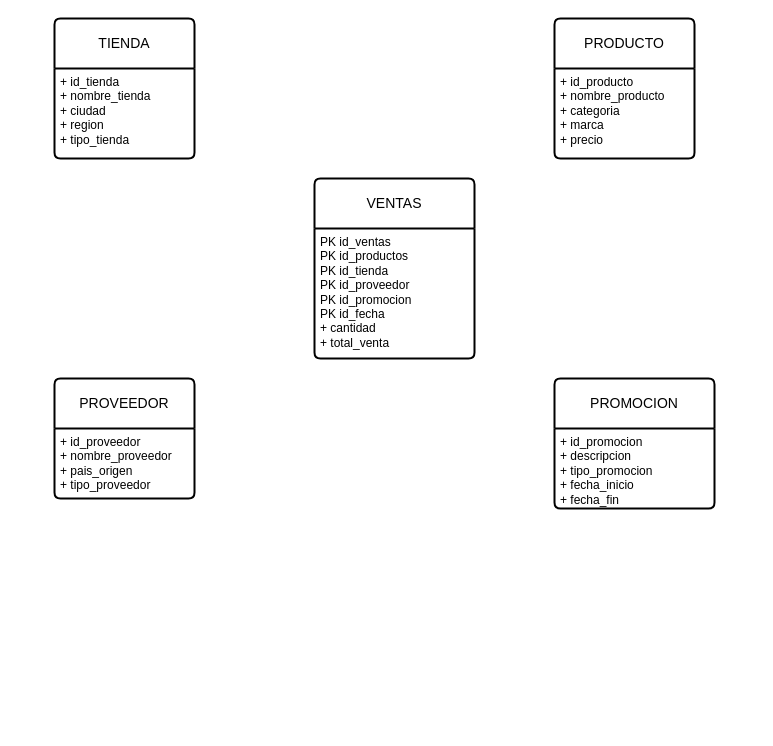
Earlier version of the draw.io diagram Diagrama-Retail.drawio (Valdivia737/diagrama). Source tidied: cells renumbered, new cells numbered last; positions are measured from the earlier drawing's top-left corner, leaving out a move shared by most shapes. Both pictures are drawn from the tidied source at 100%, with x=0, y=0 at pixel (54, 18).
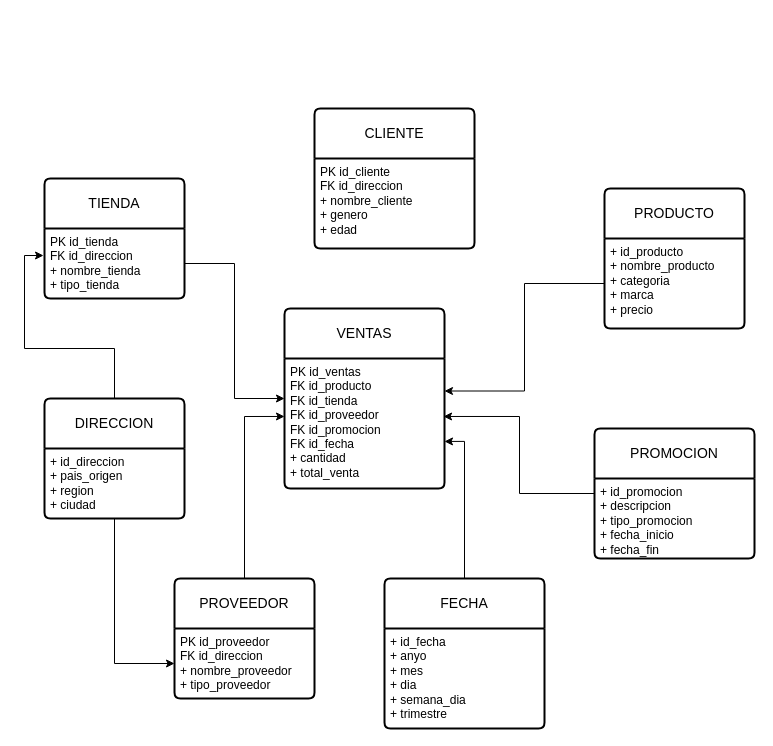
The same diagram, later.

The change refers to these unchanged cells:
```xml
<mxCell id="5" value="+ id_producto&lt;br&gt;+ nombre_producto&lt;br&gt;+ categoria&lt;div&gt;+ marca&lt;/div&gt;&lt;div&gt;+ precio&lt;/div&gt;&lt;div&gt;&lt;br&gt;&lt;/div&gt;" style="align=left;strokeColor=none;fillColor=none;spacingLeft=4;spacingRight=4;fontSize=12;verticalAlign=top;html=1;whiteSpace=wrap;" parent="4" vertex="1">
  <mxGeometry y="50" width="140" height="90" as="geometry" />
</mxCell>
```

The edit, as a diff of the source:
```diff
@@
     <mxCell id="2" value="VENTAS" style="swimlane;horizontal=1;startSize=50;rounded=1;fontSize=14;fontStyle=0;strokeWidth=2;shadow=0;dashed=0;align=center;arcSize=4;whiteSpace=wrap;html=1;" parent="1" vertex="1">
-      <mxGeometry x="260" y="160" width="160" height="180" as="geometry" />
+      <mxGeometry x="230" y="290" width="160" height="180" as="geometry" />
     </mxCell>
-    <mxCell id="3" value="PK id_ventas&lt;br&gt;PK id_productos&lt;br&gt;PK id_tienda&lt;div&gt;PK id_proveedor&lt;/div&gt;&lt;div&gt;PK id_promocion&lt;/div&gt;&lt;div&gt;PK id_fecha&lt;/div&gt;&lt;div&gt;+ cantidad&lt;/div&gt;&lt;div&gt;+ total_venta&lt;br&gt;&lt;div&gt;&lt;br&gt;&lt;/div&gt;&lt;/div&gt;" style="align=left;strokeColor=none;fillColor=none;spacingLeft=4;spacingRight=4;fontSize=12;verticalAlign=top;html=1;whiteSpace=wrap;" parent="2" vertex="1">
+    <mxCell id="3" value="PK id_ventas&lt;br&gt;FK id_producto&lt;br&gt;FK id_tienda&lt;div&gt;FK id_proveedor&lt;/div&gt;&lt;div&gt;FK id_promocion&lt;/div&gt;&lt;div&gt;FK id_fecha&lt;/div&gt;&lt;div&gt;+ cantidad&lt;/div&gt;&lt;div&gt;+ total_venta&lt;br&gt;&lt;div&gt;&lt;br&gt;&lt;/div&gt;&lt;/div&gt;" style="align=left;strokeColor=none;fillColor=none;spacingLeft=4;spacingRight=4;fontSize=12;verticalAlign=top;html=1;whiteSpace=wrap;" parent="2" vertex="1">
       <mxGeometry y="50" width="160" height="130" as="geometry" />
     </mxCell>
     <mxCell id="4" value="PRODUCTO" style="swimlane;horizontal=1;startSize=50;rounded=1;fontSize=14;fontStyle=0;strokeWidth=2;shadow=0;dashed=0;align=center;arcSize=4;whiteSpace=wrap;html=1;" parent="1" vertex="1">
-      <mxGeometry x="500" width="140" height="140" as="geometry" />
+      <mxGeometry x="550" y="170" width="140" height="140" as="geometry" />
     </mxCell>
@@
     <mxCell id="6" value="TIENDA" style="swimlane;horizontal=1;startSize=50;rounded=1;fontSize=14;fontStyle=0;strokeWidth=2;shadow=0;dashed=0;align=center;arcSize=4;whiteSpace=wrap;html=1;" parent="1" vertex="1">
-      <mxGeometry width="140" height="140" as="geometry" />
+      <mxGeometry x="-10" y="160" width="140" height="120" as="geometry" />
     </mxCell>
-    <mxCell id="7" value="+ id_tienda&lt;br&gt;+ nombre_tienda&lt;br&gt;+ ciudad&lt;div&gt;+ region&lt;/div&gt;&lt;div&gt;+ tipo_tienda&lt;/div&gt;" style="align=left;strokeColor=none;fillColor=none;spacingLeft=4;spacingRight=4;fontSize=12;verticalAlign=top;html=1;whiteSpace=wrap;" parent="6" vertex="1">
-      <mxGeometry y="50" width="140" height="90" as="geometry" />
+    <mxCell id="7" value="PK id_tienda&lt;div&gt;FK id_direccion&lt;br&gt;+ nombre_tienda&lt;br&gt;&lt;span style=&quot;background-color: transparent; color: light-dark(rgb(0, 0, 0), rgb(255, 255, 255));&quot;&gt;+ tipo_tienda&lt;/span&gt;&lt;/div&gt;" style="align=left;strokeColor=none;fillColor=none;spacingLeft=4;spacingRight=4;fontSize=12;verticalAlign=top;html=1;whiteSpace=wrap;" parent="6" vertex="1">
+      <mxGeometry y="50" width="140" height="70" as="geometry" />
     </mxCell>
     <mxCell id="8" value="PROVEEDOR" style="swimlane;horizontal=1;startSize=50;rounded=1;fontSize=14;fontStyle=0;strokeWidth=2;shadow=0;dashed=0;align=center;arcSize=4;whiteSpace=wrap;html=1;" parent="1" vertex="1">
-      <mxGeometry y="360" width="140" height="120" as="geometry" />
+      <mxGeometry x="120" y="560" width="140" height="120" as="geometry" />
     </mxCell>
-    <mxCell id="9" value="+ id_proveedor&lt;br&gt;+ nombre_proveedor&lt;br&gt;+ pais_origen&lt;div&gt;+ tipo_proveedor&lt;/div&gt;" style="align=left;strokeColor=none;fillColor=none;spacingLeft=4;spacingRight=4;fontSize=12;verticalAlign=top;html=1;whiteSpace=wrap;" parent="8" vertex="1">
+    <mxCell id="9" value="PK id_proveedor&lt;br&gt;FK id_direccion&lt;br&gt;&lt;div&gt;+ nombre_proveedor&lt;br&gt;&lt;div&gt;+ tipo_proveedor&lt;/div&gt;&lt;/div&gt;" style="align=left;strokeColor=none;fillColor=none;spacingLeft=4;spacingRight=4;fontSize=12;verticalAlign=top;html=1;whiteSpace=wrap;" parent="8" vertex="1">
       <mxGeometry y="50" width="140" height="70" as="geometry" />
     </mxCell>
     <mxCell id="10" value="PROMOCION" style="swimlane;horizontal=1;startSize=50;rounded=1;fontSize=14;fontStyle=0;strokeWidth=2;shadow=0;dashed=0;align=center;arcSize=4;whiteSpace=wrap;html=1;" parent="1" vertex="1">
-      <mxGeometry x="500" y="360" width="160" height="130" as="geometry" />
+      <mxGeometry x="540" y="410" width="160" height="130" as="geometry" />
     </mxCell>
@@
+    <mxCell id="12" value="FECHA" style="swimlane;horizontal=1;startSize=50;rounded=1;fontSize=14;fontStyle=0;strokeWidth=2;shadow=0;dashed=0;align=center;arcSize=4;whiteSpace=wrap;html=1;" parent="1" vertex="1">
+      <mxGeometry x="330" y="560" width="160" height="150" as="geometry" />
+    </mxCell>
+    <mxCell id="13" value="+ id_fecha&lt;br&gt;+ anyo&lt;br&gt;+ mes&lt;div&gt;+ dia&lt;/div&gt;&lt;div&gt;+ semana_dia&lt;/div&gt;&lt;div&gt;+ trimestre&lt;/div&gt;" style="align=left;strokeColor=none;fillColor=none;spacingLeft=4;spacingRight=4;fontSize=12;verticalAlign=top;html=1;whiteSpace=wrap;" parent="12" vertex="1">
+      <mxGeometry y="50" width="160" height="100" as="geometry" />
+    </mxCell>
+    <mxCell id="14" style="edgeStyle=orthogonalEdgeStyle;rounded=0;jettySize=auto;html=1;entryX=0;entryY=0.5;entryDx=0;entryDy=0;" parent="1" edge="1" source="15" target="9">
+      <mxGeometry relative="1" as="geometry" />
+    </mxCell>
+    <mxCell id="15" value="DIRECCION" style="swimlane;horizontal=1;startSize=50;rounded=1;fontSize=14;fontStyle=0;strokeWidth=2;shadow=0;dashed=0;align=center;arcSize=4;whiteSpace=wrap;html=1;" parent="1" vertex="1">
+      <mxGeometry x="-10" y="380" width="140" height="120" as="geometry" />
+    </mxCell>
+    <mxCell id="16" value="+ id_direccion&lt;br&gt;+ pais_origen&lt;br&gt;+ region&lt;div&gt;+ ciudad&lt;/div&gt;" style="align=left;strokeColor=none;fillColor=none;spacingLeft=4;spacingRight=4;fontSize=12;verticalAlign=top;html=1;whiteSpace=wrap;" parent="15" vertex="1">
+      <mxGeometry y="50" width="140" height="70" as="geometry" />
+    </mxCell>
+    <mxCell id="17" style="edgeStyle=orthogonalEdgeStyle;rounded=0;jettySize=auto;html=1;entryX=0;entryY=0.5;entryDx=0;entryDy=0;" parent="1" edge="1" source="7" target="2">
+      <mxGeometry relative="1" as="geometry" />
+    </mxCell>
+    <mxCell id="18" style="edgeStyle=orthogonalEdgeStyle;rounded=0;jettySize=auto;html=1;entryX=1;entryY=0.25;entryDx=0;entryDy=0;" parent="1" edge="1" source="5" target="3">
+      <mxGeometry relative="1" as="geometry" />
+    </mxCell>
+    <mxCell id="19" style="edgeStyle=orthogonalEdgeStyle;rounded=0;jettySize=auto;html=1;entryX=-0.007;entryY=0.386;entryDx=0;entryDy=0;entryPerimeter=0;" parent="1" edge="1" source="15" target="7">
+      <mxGeometry relative="1" as="geometry" />
+    </mxCell>
+    <mxCell id="20" style="edgeStyle=orthogonalEdgeStyle;rounded=0;jettySize=auto;html=1;entryX=1;entryY=0.638;entryDx=0;entryDy=0;entryPerimeter=0;" parent="1" edge="1" source="12" target="3">
+      <mxGeometry relative="1" as="geometry" />
+    </mxCell>
+    <mxCell id="21" style="edgeStyle=orthogonalEdgeStyle;rounded=0;jettySize=auto;html=1;entryX=0.994;entryY=0.446;entryDx=0;entryDy=0;entryPerimeter=0;" parent="1" edge="1" source="10" target="3">
+      <mxGeometry relative="1" as="geometry" />
+    </mxCell>
+    <mxCell id="22" style="edgeStyle=orthogonalEdgeStyle;rounded=0;jettySize=auto;html=1;entryX=0;entryY=0.446;entryDx=0;entryDy=0;entryPerimeter=0;" parent="1" edge="1" source="8" target="3">
+      <mxGeometry relative="1" as="geometry" />
+    </mxCell>
+    <mxCell id="23" value="CLIENTE" style="swimlane;horizontal=1;startSize=50;rounded=1;fontSize=14;fontStyle=0;strokeWidth=2;shadow=0;dashed=0;align=center;arcSize=4;whiteSpace=wrap;html=1;" parent="1" vertex="1">
+      <mxGeometry x="260" y="90" width="160" height="140" as="geometry" />
+    </mxCell>
+    <mxCell id="24" value="&lt;div&gt;&lt;span style=&quot;background-color: transparent; color: light-dark(rgb(0, 0, 0), rgb(255, 255, 255));&quot;&gt;PK id_cliente&lt;/span&gt;&lt;/div&gt;&lt;div&gt;FK id_direccion&lt;/div&gt;+ nombre_cliente&lt;br&gt;+ genero&lt;div&gt;+ edad&lt;/div&gt;&lt;div&gt;&lt;br&gt;&lt;/div&gt;" style="align=left;strokeColor=none;fillColor=none;spacingLeft=4;spacingRight=4;fontSize=12;verticalAlign=top;html=1;whiteSpace=wrap;" parent="23" vertex="1">
+      <mxGeometry y="50" width="160" height="90" as="geometry" />
+    </mxCell>
```
